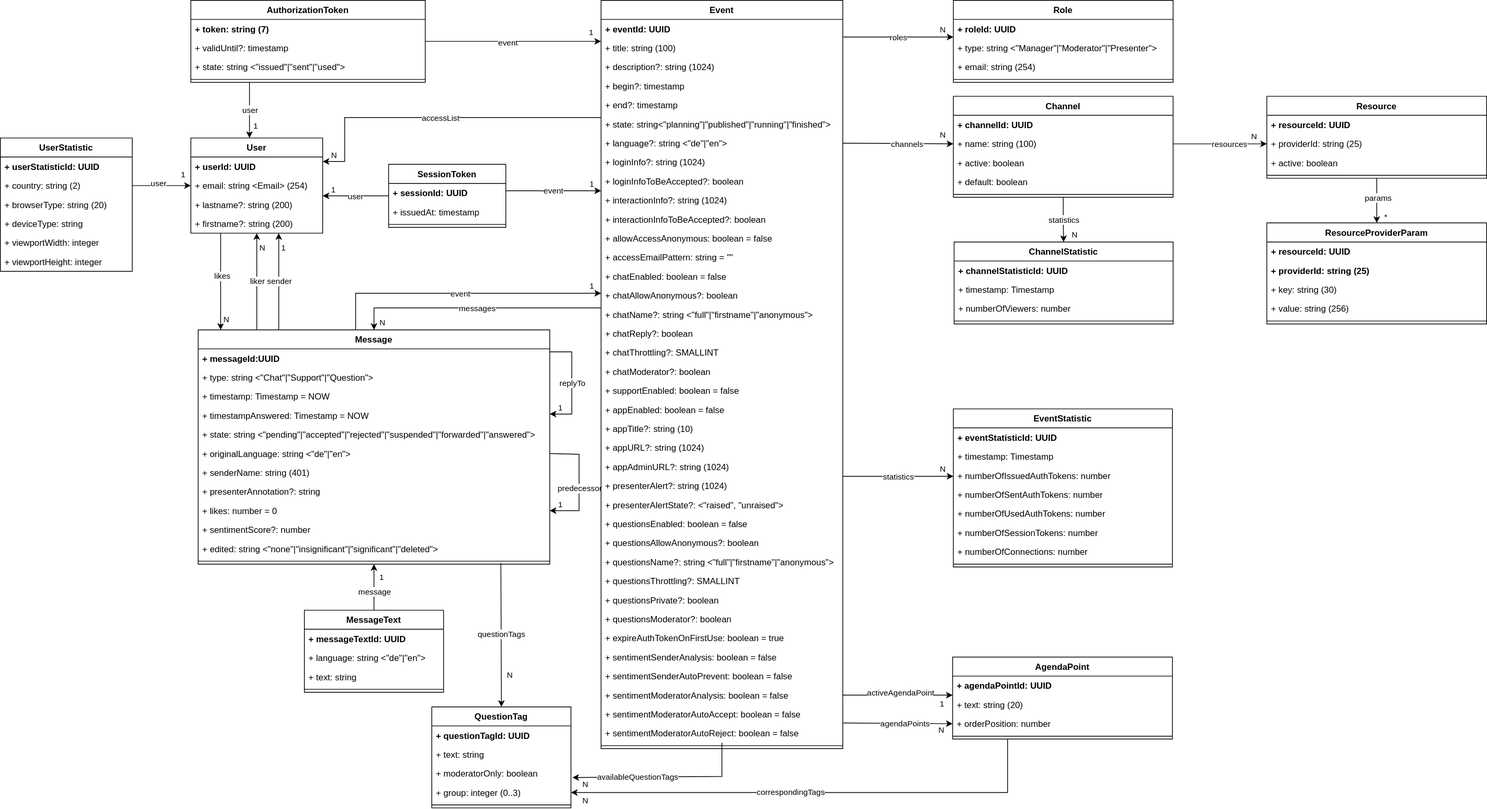
The draw.io diagram doc/2-specification-datamodel.svg in rse/broadcast, before a commit. Source tidied: cells renumbered, new cells last; positions are measured from the earlier drawing's top-left corner, leaving out a move shared by most shapes.
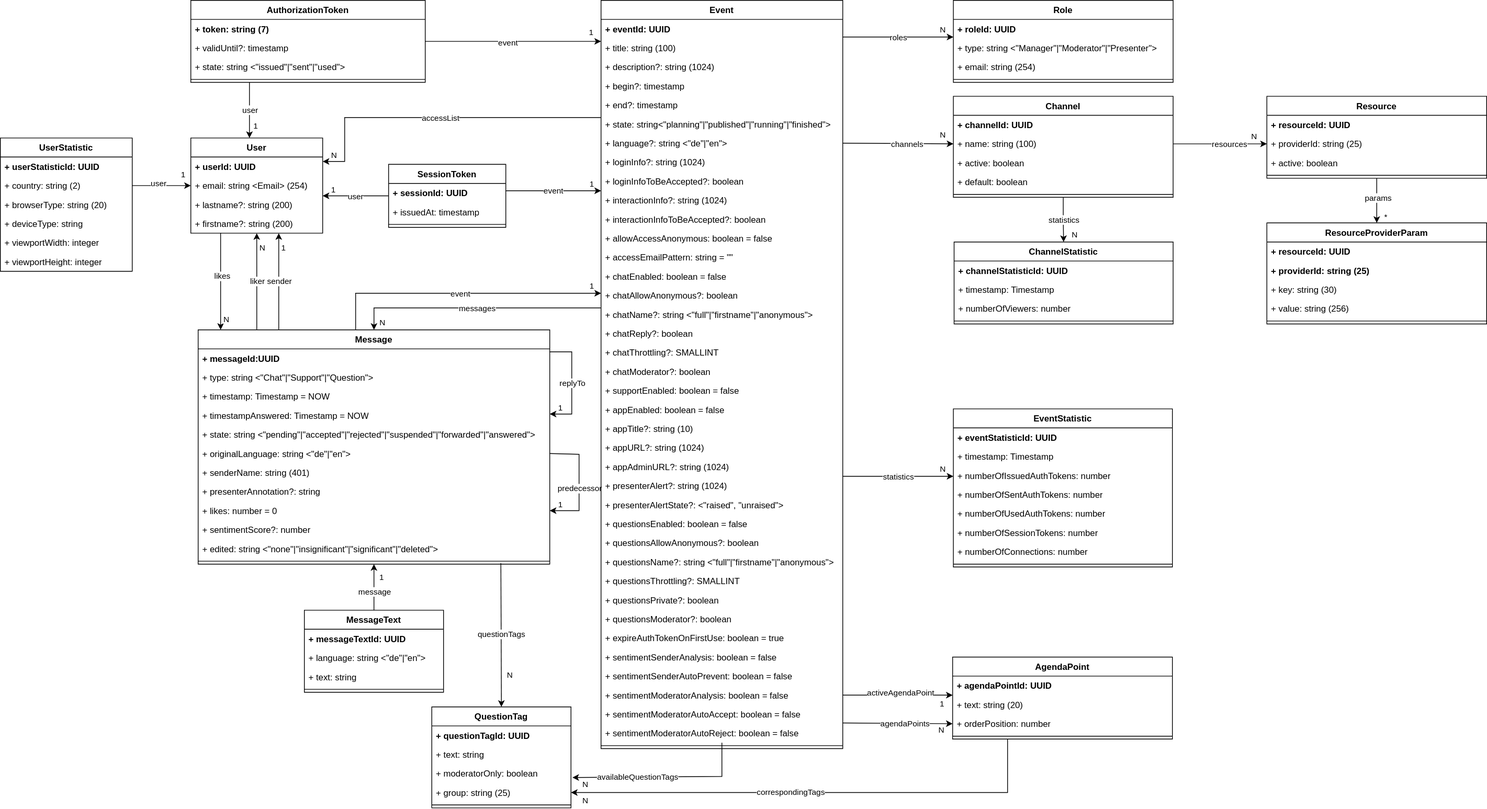
After the change.

Commit message:
Attribut group from QuestionTag is now a string (not an int anymore)

Change to the diagram source:
```diff
@@ -545,7 +545,7 @@
     <mxCell id="148" value="+ moderatorOnly: boolean" style="text;strokeColor=none;fillColor=none;align=left;verticalAlign=top;spacingLeft=4;spacingRight=4;overflow=hidden;points=[[0,0.5],[1,0.5]];portConstraint=eastwest;whiteSpace=wrap;html=1;" parent="145" vertex="1">
       <mxGeometry y="78" width="190" height="26" as="geometry" />
     </mxCell>
-    <mxCell id="149" value="+ group: integer (0..3)" style="text;strokeColor=none;fillColor=none;align=left;verticalAlign=top;spacingLeft=4;spacingRight=4;overflow=hidden;points=[[0,0.5],[1,0.5]];portConstraint=eastwest;whiteSpace=wrap;html=1;" parent="145" vertex="1">
+    <mxCell id="149" value="+ group: string (25)" style="text;strokeColor=none;fillColor=none;align=left;verticalAlign=top;spacingLeft=4;spacingRight=4;overflow=hidden;points=[[0,0.5],[1,0.5]];portConstraint=eastwest;whiteSpace=wrap;html=1;" parent="145" vertex="1">
       <mxGeometry y="104" width="190" height="26" as="geometry" />
     </mxCell>
     <mxCell id="150" style="line;strokeWidth=1;fillColor=none;align=left;verticalAlign=middle;spacingTop=-1;spacingLeft=3;spacingRight=3;labelPosition=right;strokeColor=inherit;" parent="145" vertex="1">
```
